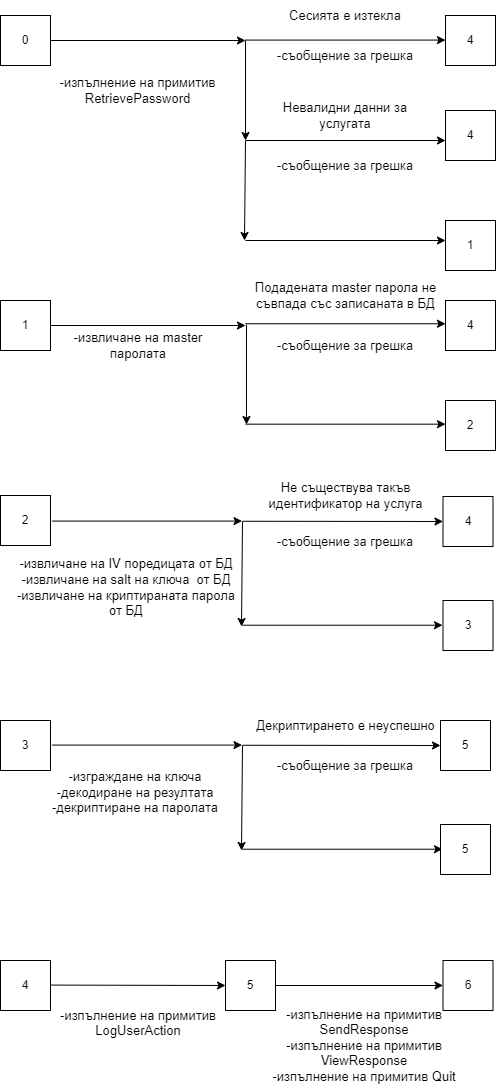
Above: images/04-retrieve-credentials.drawio.png in ivanchuchulski/secure-interactions-modeling (draw.io), before the change. Source tidied: cells renumbered, new cells last; positions are measured from the earlier drawing's top-left corner, leaving out a move shared by most shapes.
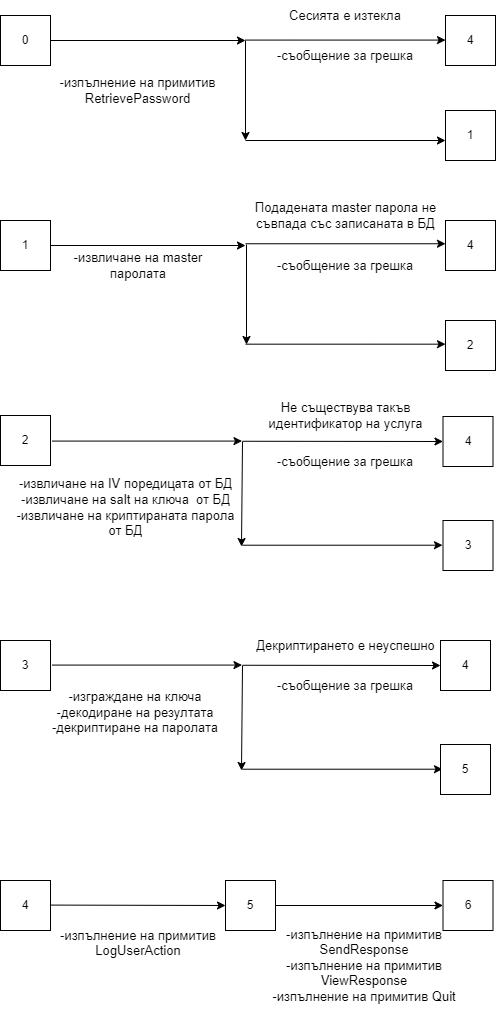
After the commit.

What changed in the source:
```diff
@@ -3,40 +3,25 @@
     <mxCell id="0" />
     <mxCell id="1" parent="0" />
     <mxCell id="2" value="0" style="whiteSpace=wrap;html=1;" parent="1" vertex="1">
-      <mxGeometry y="15" width="50" height="50" as="geometry" />
+      <mxGeometry y="95" width="50" height="50" as="geometry" />
     </mxCell>
     <mxCell id="3" value="4" style="whiteSpace=wrap;html=1;fontSize=12;" parent="1" vertex="1">
-      <mxGeometry x="445" y="15" width="50" height="50" as="geometry" />
+      <mxGeometry x="445" y="95" width="50" height="50" as="geometry" />
     </mxCell>
     <mxCell id="4" style="endArrow=classic;html=1;rounded=0;fontSize=12;" parent="1" edge="1" source="2">
       <mxGeometry relative="1" as="geometry">
-        <mxPoint x="245" y="40" as="targetPoint" />
+        <mxPoint x="245" y="120" as="targetPoint" />
       </mxGeometry>
     </mxCell>
     <mxCell id="5" style="endArrow=classic;html=1;rounded=0;fontSize=12;" parent="1" edge="1">
       <mxGeometry relative="1" as="geometry">
-        <mxPoint x="245" y="40" as="sourcePoint" />
-        <mxPoint x="245" y="140" as="targetPoint" />
+        <mxPoint x="245" y="120" as="sourcePoint" />
+        <mxPoint x="245" y="220" as="targetPoint" />
       </mxGeometry>
     </mxCell>
-    <mxCell id="6" style="endArrow=classic;html=1;rounded=0;fontSize=12;" parent="1" edge="1">
-      <mxGeometry relative="1" as="geometry">
-        <mxPoint x="245" y="140" as="sourcePoint" />
-        <mxPoint x="244" y="240" as="targetPoint" />
-      </mxGeometry>
-    </mxCell>
-    <mxCell id="7" value="1" style="whiteSpace=wrap;html=1;fontSize=12;" parent="1" vertex="1">
-      <mxGeometry x="445" y="220" width="50" height="50" as="geometry" />
-    </mxCell>
     <mxCell id="8" value="Сесията е изтекла" style="rounded=1;whiteSpace=wrap;html=1;fontSize=13;strokeColor=none;fillColor=none;" parent="1" vertex="1">
-      <mxGeometry x="275" width="140" height="30" as="geometry" />
+      <mxGeometry x="275" y="80" width="140" height="30" as="geometry" />
     </mxCell>
-    <mxCell id="9" value="-съобщение за грешка" style="rounded=1;whiteSpace=wrap;html=1;fontSize=13;strokeColor=none;fillColor=none;" parent="1" vertex="1">
-      <mxGeometry x="275" y="150" width="140" height="30" as="geometry" />
-    </mxCell>
-    <mxCell id="10" value="&lt;span style=&quot;background-color: rgb(255, 255, 255); font-size: 13px;&quot;&gt;Невалидни данни за услугата&lt;/span&gt;" style="rounded=1;whiteSpace=wrap;html=1;fontSize=13;strokeColor=none;fillColor=none;" parent="1" vertex="1">
-      <mxGeometry x="260" y="100" width="170" height="30" as="geometry" />
-    </mxCell>
     <mxCell id="11" value="1" style="whiteSpace=wrap;html=1;" parent="1" vertex="1">
       <mxGeometry y="300" width="50" height="50" as="geometry" />
     </mxCell>
@@ -61,7 +46,7 @@
       <mxGeometry x="62.5" y="330" width="150" height="30" as="geometry" />
     </mxCell>
     <mxCell id="18" value="-съобщение за грешка" style="rounded=1;whiteSpace=wrap;html=1;fontSize=13;strokeColor=none;fillColor=none;" parent="1" vertex="1">
-      <mxGeometry x="275" y="40" width="140" height="30" as="geometry" />
+      <mxGeometry x="275" y="120" width="140" height="30" as="geometry" />
     </mxCell>
     <mxCell id="19" value="Не съществува такъв идентификатор на услуга" style="rounded=1;whiteSpace=wrap;html=1;fontSize=13;strokeColor=none;fillColor=none;" parent="1" vertex="1">
       <mxGeometry x="257.5" y="480" width="175" height="30" as="geometry" />
@@ -70,7 +55,7 @@
       <mxGeometry y="720" width="50" height="50" as="geometry" />
     </mxCell>
     <mxCell id="21" value="-изпълнение на примитив RetrievePassword" style="rounded=1;whiteSpace=wrap;html=1;fontSize=13;strokeColor=none;fillColor=none;" parent="1" vertex="1">
-      <mxGeometry x="50" y="50" width="175" height="80" as="geometry" />
+      <mxGeometry x="50" y="130" width="175" height="80" as="geometry" />
     </mxCell>
     <mxCell id="22" value="-изграждане на ключа&lt;br&gt;-декодиране на резултата&lt;br&gt;-декриптиране на паролата" style="rounded=1;whiteSpace=wrap;html=1;fontSize=13;strokeColor=none;fillColor=none;" parent="1" vertex="1">
       <mxGeometry x="45" y="760" width="180" height="64" as="geometry" />
@@ -92,24 +77,18 @@
     </mxCell>
     <mxCell id="28" style="endArrow=classic;html=1;rounded=0;fontSize=12;" parent="1" edge="1">
       <mxGeometry relative="1" as="geometry">
-        <mxPoint x="245" y="39.6" as="sourcePoint" />
-        <mxPoint x="445" y="39.6" as="targetPoint" />
+        <mxPoint x="245" y="119.6" as="sourcePoint" />
+        <mxPoint x="445" y="119.6" as="targetPoint" />
       </mxGeometry>
     </mxCell>
     <mxCell id="29" style="endArrow=classic;html=1;rounded=0;fontSize=12;" parent="1" edge="1">
       <mxGeometry relative="1" as="geometry">
-        <mxPoint x="245" y="140" as="sourcePoint" />
-        <mxPoint x="445" y="140" as="targetPoint" />
+        <mxPoint x="245" y="220" as="sourcePoint" />
+        <mxPoint x="445" y="220" as="targetPoint" />
       </mxGeometry>
     </mxCell>
-    <mxCell id="30" style="endArrow=classic;html=1;rounded=0;fontSize=12;" parent="1" edge="1">
-      <mxGeometry relative="1" as="geometry">
-        <mxPoint x="245" y="240" as="sourcePoint" />
-        <mxPoint x="445" y="240" as="targetPoint" />
-      </mxGeometry>
-    </mxCell>
-    <mxCell id="31" value="4" style="whiteSpace=wrap;html=1;fontSize=12;" parent="1" vertex="1">
-      <mxGeometry x="445" y="110" width="50" height="50" as="geometry" />
+    <mxCell id="31" value="1" style="whiteSpace=wrap;html=1;fontSize=12;" parent="1" vertex="1">
+      <mxGeometry x="445" y="190" width="50" height="50" as="geometry" />
     </mxCell>
     <mxCell id="32" style="endArrow=classic;html=1;rounded=0;fontSize=12;" parent="1" edge="1">
       <mxGeometry relative="1" as="geometry">
@@ -143,7 +122,7 @@
     <mxCell id="37" style="endArrow=classic;html=1;rounded=0;fontSize=12;entryX=0;entryY=0.5;entryDx=0;entryDy=0;exitX=1;exitY=0.5;exitDx=0;exitDy=0;" parent="1" edge="1" source="24" target="26">
       <mxGeometry relative="1" as="geometry" />
     </mxCell>
-    <mxCell id="38" value="5" style="whiteSpace=wrap;html=1;" parent="1" vertex="1">
+    <mxCell id="38" value="4" style="whiteSpace=wrap;html=1;" parent="1" vertex="1">
       <mxGeometry x="440" y="720" width="50" height="50" as="geometry" />
     </mxCell>
     <mxCell id="39" style="endArrow=classic;html=1;rounded=0;fontSize=12;entryX=0;entryY=0.5;entryDx=0;entryDy=0;" parent="1" edge="1" target="38">
```
